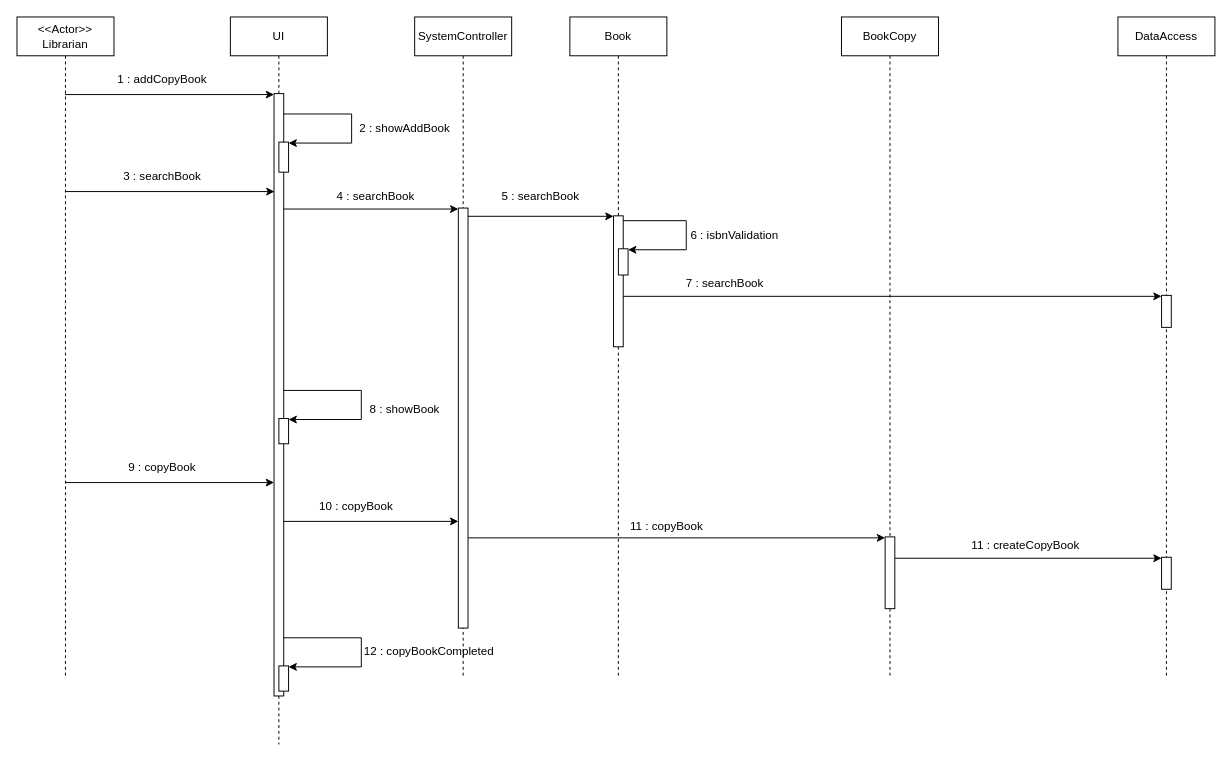
Before: design/addCopyBook_4.drawio in hoangson1989/Java-MPP-Library, a draw.io diagram. Source tidied: cells renumbered, new cells numbered last; positions are measured from the earlier drawing's top-left corner, leaving out a move shared by most shapes. Both pictures are drawn from the tidied source at 97%, with x=0, y=0 at pixel (16, 16).
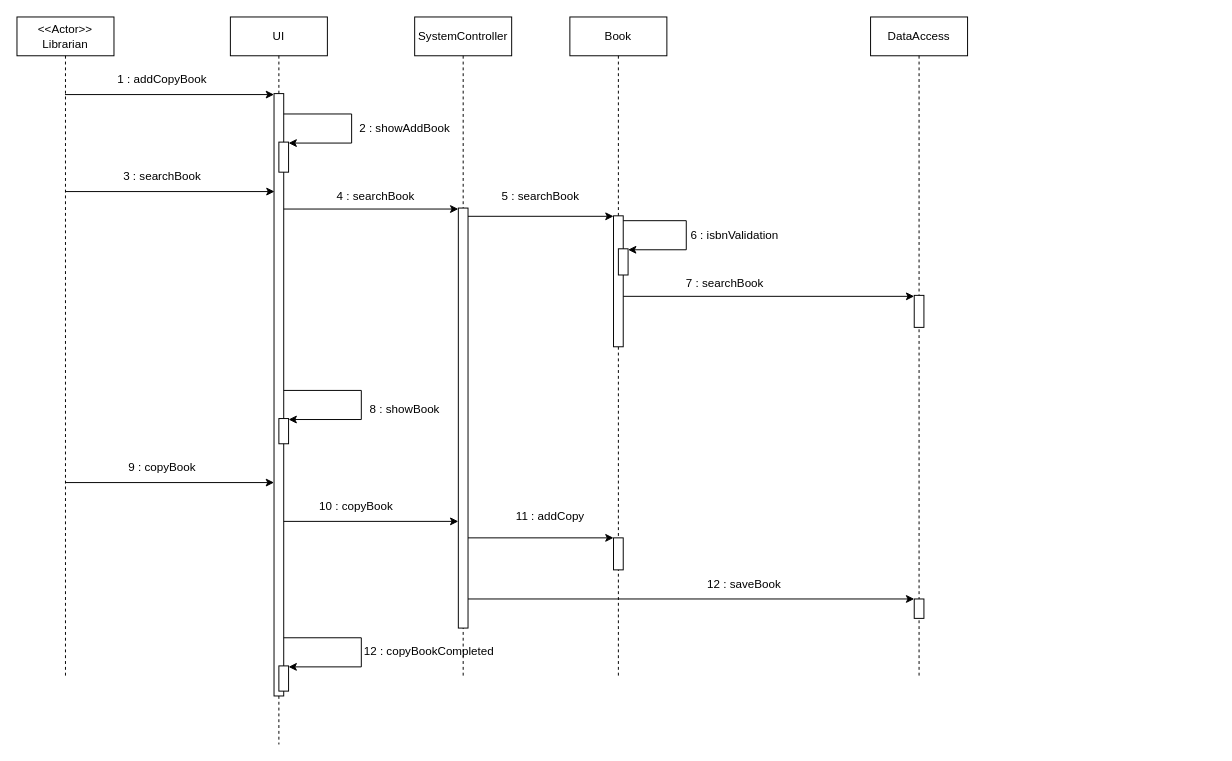
The same page after the edit.

Unchanged cells that the change refers to:
```xml
<mxCell id="10" style="html=1;points=[];perimeter=orthogonalPerimeter;outlineConnect=0;targetShapes=umlLifeline;portConstraint=eastwest;newEdgeStyle={&quot;edgeStyle&quot;:&quot;elbowEdgeStyle&quot;,&quot;elbow&quot;:&quot;vertical&quot;,&quot;curved&quot;:0,&quot;rounded&quot;:0};" parent="9" vertex="1">
  <mxGeometry x="45" y="197" width="10" height="433" as="geometry" />
</mxCell>
<mxCell id="11" value="Book" style="shape=umlLifeline;perimeter=lifelinePerimeter;whiteSpace=wrap;html=1;newEdgeStyle={&quot;edgeStyle&quot;:&quot;elbowEdgeStyle&quot;,&quot;elbow&quot;:&quot;vertical&quot;,&quot;curved&quot;:0,&quot;rounded&quot;:0};" parent="1" vertex="1">
  <mxGeometry x="570" width="100" height="680" as="geometry" />
</mxCell>
```

What changed in the source:
```diff
@@
+    <mxCell id="44" style="html=1;points=[];perimeter=orthogonalPerimeter;outlineConnect=0;targetShapes=umlLifeline;portConstraint=eastwest;newEdgeStyle={&quot;edgeStyle&quot;:&quot;elbowEdgeStyle&quot;,&quot;elbow&quot;:&quot;vertical&quot;,&quot;curved&quot;:0,&quot;rounded&quot;:0};" parent="11" vertex="1">
+      <mxGeometry x="45" y="537" width="10" height="33" as="geometry" />
+    </mxCell>
@@
     <mxCell id="22" value="DataAccess" style="shape=umlLifeline;perimeter=lifelinePerimeter;whiteSpace=wrap;html=1;newEdgeStyle={&quot;edgeStyle&quot;:&quot;elbowEdgeStyle&quot;,&quot;elbow&quot;:&quot;vertical&quot;,&quot;curved&quot;:0,&quot;rounded&quot;:0};" parent="1" vertex="1">
-      <mxGeometry x="1135" width="100" height="680" as="geometry" />
+      <mxGeometry x="880" width="100" height="680" as="geometry" />
     </mxCell>
@@
     <mxCell id="24" style="html=1;points=[];perimeter=orthogonalPerimeter;outlineConnect=0;targetShapes=umlLifeline;portConstraint=eastwest;newEdgeStyle={&quot;edgeStyle&quot;:&quot;elbowEdgeStyle&quot;,&quot;elbow&quot;:&quot;vertical&quot;,&quot;curved&quot;:0,&quot;rounded&quot;:0};" parent="22" vertex="1">
-      <mxGeometry x="45" y="557" width="10" height="33" as="geometry" />
+      <mxGeometry x="45" y="600" width="10" height="20" as="geometry" />
     </mxCell>
@@
-    <mxCell id="35" value="BookCopy" style="shape=umlLifeline;perimeter=lifelinePerimeter;whiteSpace=wrap;html=1;newEdgeStyle={&quot;edgeStyle&quot;:&quot;elbowEdgeStyle&quot;,&quot;elbow&quot;:&quot;vertical&quot;,&quot;curved&quot;:0,&quot;rounded&quot;:0};" parent="1" vertex="1">
-      <mxGeometry x="850" width="100" height="680" as="geometry" />
-    </mxCell>
-    <mxCell id="36" style="html=1;perimeter=orthogonalPerimeter;targetShapes=umlLifeline;newEdgeStyle={&quot;edgeStyle&quot;:&quot;elbowEdgeStyle&quot;,&quot;elbow&quot;:&quot;vertical&quot;,&quot;curved&quot;:0,&quot;rounded&quot;:0};" parent="35" vertex="1">
-      <mxGeometry x="45" y="536" width="10" height="74" as="geometry" />
-    </mxCell>
-    <mxCell id="37" style="endArrow=classic;html=1;rounded=0;" parent="1" edge="1">
+    <mxCell id="37" style="endArrow=classic;html=1;rounded=0;" parent="1" edge="1" target="44">
       <mxGeometry relative="1" as="geometry">
         <mxPoint x="465" y="537" as="sourcePoint" />
-        <mxPoint x="895" y="537" as="targetPoint" />
       </mxGeometry>
     </mxCell>
-    <mxCell id="38" value="11 : copyBook" style="text;html=1;strokeColor=none;fillColor=none;align=center;verticalAlign=middle;whiteSpace=wrap;rounded=0;" parent="1" vertex="1">
-      <mxGeometry x="610" y="510" width="120" height="30" as="geometry" />
+    <mxCell id="38" value="11 : addCopy" style="text;html=1;strokeColor=none;fillColor=none;align=center;verticalAlign=middle;whiteSpace=wrap;rounded=0;" parent="1" vertex="1">
+      <mxGeometry x="490" y="500" width="120" height="30" as="geometry" />
     </mxCell>
-    <mxCell id="39" style="endArrow=classic;html=1;rounded=0;" parent="1" edge="1">
-      <mxGeometry relative="1" as="geometry">
-        <mxPoint x="905" y="558" as="sourcePoint" />
-        <mxPoint x="1180" y="558" as="targetPoint" />
-      </mxGeometry>
-    </mxCell>
-    <mxCell id="40" value="11 : createCopyBook" style="text;html=1;strokeColor=none;fillColor=none;align=center;verticalAlign=middle;whiteSpace=wrap;rounded=0;" parent="1" vertex="1">
-      <mxGeometry x="980" y="530" width="120" height="30" as="geometry" />
-    </mxCell>
@@
+    <mxCell id="45" style="endArrow=classic;html=1;rounded=0;" parent="1" edge="1" source="10" target="24">
+      <mxGeometry relative="1" as="geometry" />
+    </mxCell>
+    <mxCell id="46" value="12 : saveBook" style="text;html=1;strokeColor=none;fillColor=none;align=center;verticalAlign=middle;whiteSpace=wrap;rounded=0;" parent="1" vertex="1">
+      <mxGeometry x="690" y="570" width="120" height="30" as="geometry" />
+    </mxCell>
```
